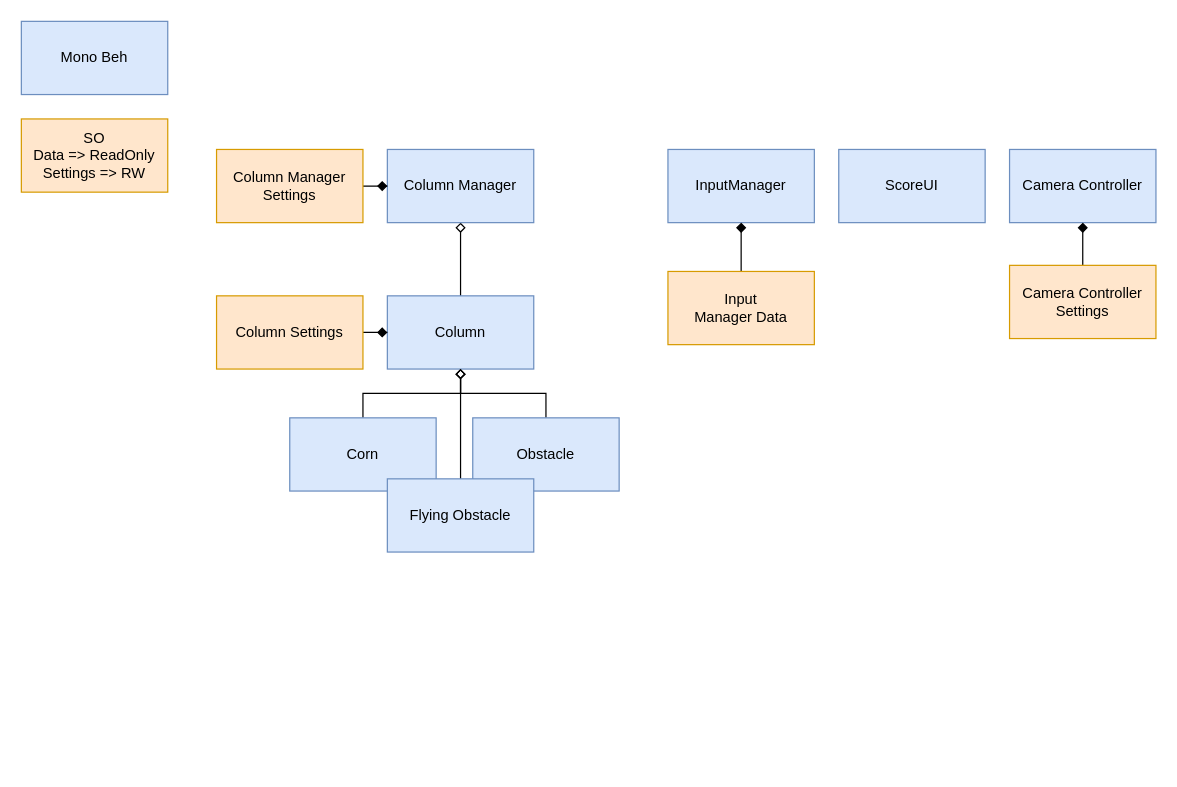
This is PipeRunnerDiagram.drawio from omerasikoglu/PipeRunner, a draw.io file, before an edit. Source tidied: cells renumbered, new cells numbered last; positions are measured from the earlier drawing's top-left corner, leaving out a move shared by most shapes. Both pictures are drawn from the tidied source at 122%, with x=0, y=0 at pixel (21, 21).
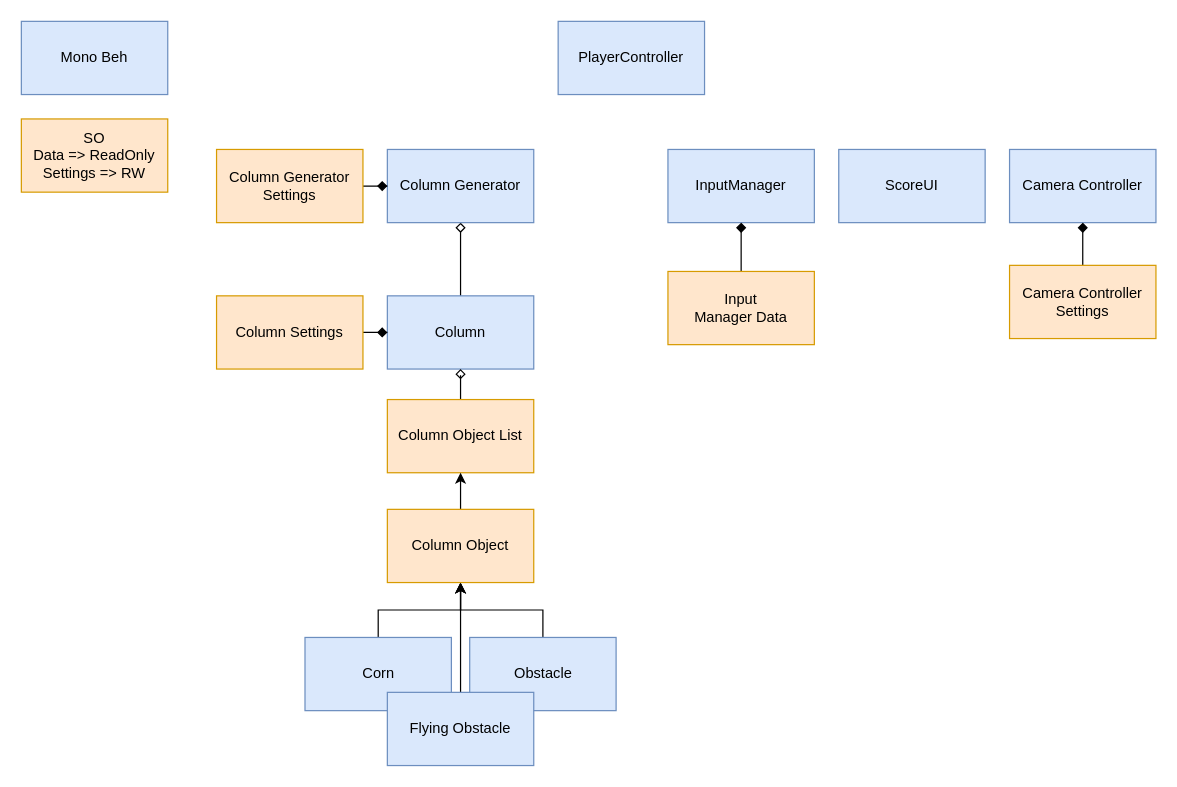
The same page after the edit.

The change refers to these unchanged cells:
```xml
<mxCell id="5" value="Column" style="rounded=0;whiteSpace=wrap;html=1;fillColor=#dae8fc;strokeColor=#6c8ebf;" parent="1" vertex="1">
  <mxGeometry x="300" y="225" width="120" height="60" as="geometry" />
</mxCell>
```

What changed in the source:
```diff
@@
-    <mxCell id="6" value="Column Manager" style="rounded=0;whiteSpace=wrap;html=1;fillColor=#dae8fc;strokeColor=#6c8ebf;" parent="1" vertex="1">
+    <mxCell id="6" value="Column Generator" style="rounded=0;whiteSpace=wrap;html=1;fillColor=#dae8fc;strokeColor=#6c8ebf;" parent="1" vertex="1">
       <mxGeometry x="300" y="105" width="120" height="60" as="geometry" />
     </mxCell>
@@
-    <mxCell id="9" style="edgeStyle=orthogonalEdgeStyle;rounded=0;jettySize=auto;html=1;startArrow=none;startFill=0;endArrow=diamond;endFill=0;" parent="1" edge="1" source="10" target="5">
-      <mxGeometry relative="1" as="geometry" />
-    </mxCell>
+    <mxCell id="24" style="edgeStyle=orthogonalEdgeStyle;rounded=0;jettySize=auto;html=1;exitX=0.5;exitY=0;exitDx=0;exitDy=0;entryX=0.5;entryY=1;entryDx=0;entryDy=0;startArrow=none;startFill=0;endArrow=classic;endFill=1;" parent="1" edge="1" source="10" target="31">
+      <mxGeometry relative="1" as="geometry" />
+    </mxCell>
     <mxCell id="10" value="Corn" style="rounded=0;whiteSpace=wrap;html=1;fillColor=#dae8fc;strokeColor=#6c8ebf;" parent="1" vertex="1">
-      <mxGeometry x="220" y="325" width="120" height="60" as="geometry" />
+      <mxGeometry x="232.5" y="505" width="120" height="60" as="geometry" />
     </mxCell>
@@
-    <mxCell id="14" style="edgeStyle=orthogonalEdgeStyle;rounded=0;jettySize=auto;html=1;startArrow=none;startFill=0;endArrow=diamond;endFill=0;" parent="1" edge="1" source="15" target="5">
-      <mxGeometry relative="1" as="geometry" />
-    </mxCell>
+    <mxCell id="25" style="edgeStyle=orthogonalEdgeStyle;rounded=0;jettySize=auto;html=1;exitX=0.5;exitY=0;exitDx=0;exitDy=0;entryX=0.5;entryY=1;entryDx=0;entryDy=0;startArrow=none;startFill=0;endArrow=classic;endFill=1;" parent="1" edge="1" source="15" target="31">
+      <mxGeometry relative="1" as="geometry" />
+    </mxCell>
     <mxCell id="15" value="Obstacle" style="rounded=0;whiteSpace=wrap;html=1;fillColor=#dae8fc;strokeColor=#6c8ebf;" parent="1" vertex="1">
-      <mxGeometry x="370" y="325" width="120" height="60" as="geometry" />
+      <mxGeometry x="367.5" y="505" width="120" height="60" as="geometry" />
     </mxCell>
-    <mxCell id="16" style="edgeStyle=orthogonalEdgeStyle;rounded=0;jettySize=auto;html=1;startArrow=none;startFill=0;endArrow=diamond;endFill=0;" parent="1" edge="1" source="17" target="5">
-      <mxGeometry relative="1" as="geometry" />
-    </mxCell>
+    <mxCell id="26" style="edgeStyle=orthogonalEdgeStyle;rounded=0;jettySize=auto;html=1;exitX=0.5;exitY=0;exitDx=0;exitDy=0;startArrow=none;startFill=0;endArrow=classic;endFill=1;entryX=0.5;entryY=1;entryDx=0;entryDy=0;" parent="1" edge="1" source="17" target="31">
+      <mxGeometry relative="1" as="geometry" />
+    </mxCell>
     <mxCell id="17" value="Flying Obstacle" style="rounded=0;whiteSpace=wrap;html=1;fillColor=#dae8fc;strokeColor=#6c8ebf;" parent="1" vertex="1">
-      <mxGeometry x="300" y="375" width="120" height="60" as="geometry" />
+      <mxGeometry x="300" y="550" width="120" height="60" as="geometry" />
     </mxCell>
@@
-    <mxCell id="19" value="Column Manager Settings" style="rounded=0;whiteSpace=wrap;html=1;fillColor=#ffe6cc;strokeColor=#d79b00;" parent="1" vertex="1">
+    <mxCell id="19" value="Column Generator Settings" style="rounded=0;whiteSpace=wrap;html=1;fillColor=#ffe6cc;strokeColor=#d79b00;" parent="1" vertex="1">
       <mxGeometry x="160" y="105" width="120" height="60" as="geometry" />
     </mxCell>
@@
+    <mxCell id="27" value="PlayerController" style="rounded=0;whiteSpace=wrap;html=1;fillColor=#dae8fc;strokeColor=#6c8ebf;" parent="1" vertex="1">
+      <mxGeometry x="440" width="120" height="60" as="geometry" />
+    </mxCell>
+    <mxCell id="28" style="edgeStyle=orthogonalEdgeStyle;rounded=0;jettySize=auto;html=1;startArrow=none;startFill=0;endArrow=diamond;endFill=0;" parent="1" edge="1" source="29" target="5">
+      <mxGeometry relative="1" as="geometry" />
+    </mxCell>
+    <mxCell id="29" value="Column Object List" style="rounded=0;whiteSpace=wrap;html=1;fillColor=#ffe6cc;strokeColor=#d79b00;" parent="1" vertex="1">
+      <mxGeometry x="300" y="310" width="120" height="60" as="geometry" />
+    </mxCell>
+    <mxCell id="30" style="edgeStyle=orthogonalEdgeStyle;rounded=0;jettySize=auto;html=1;exitX=0.5;exitY=0;exitDx=0;exitDy=0;entryX=0.5;entryY=1;entryDx=0;entryDy=0;startArrow=none;startFill=0;endArrow=classic;endFill=1;" parent="1" edge="1" source="31" target="29">
+      <mxGeometry relative="1" as="geometry" />
+    </mxCell>
+    <mxCell id="31" value="Column Object" style="rounded=0;whiteSpace=wrap;html=1;fillColor=#ffe6cc;strokeColor=#d79b00;" parent="1" vertex="1">
+      <mxGeometry x="300" y="400" width="120" height="60" as="geometry" />
+    </mxCell>
```
